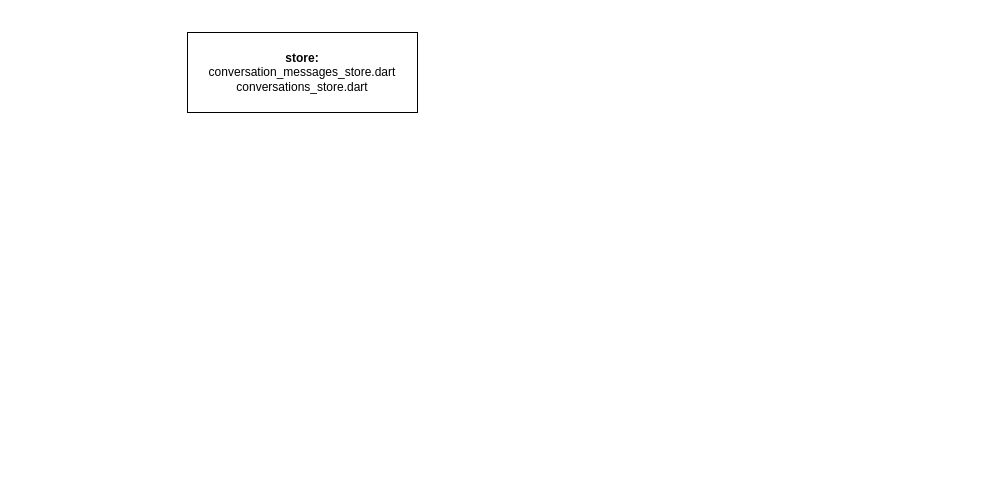
Earlier version of the draw.io diagram Untitled Diagram.drawio (Steve720zhang/blog). Source tidied: cells renumbered, new cells numbered last; positions are measured from the earlier drawing's top-left corner, leaving out a move shared by most shapes. Both pictures are drawn from the tidied source at 100%, with x=0, y=0 at pixel (187, 32).
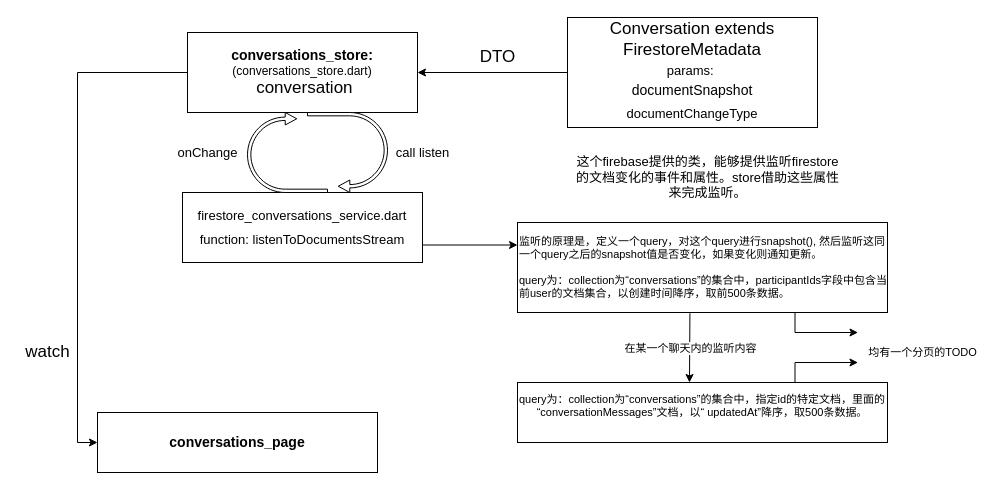
After the change.

Diff of the diagram source:
```diff
@@
-    <mxCell id="2" value="&lt;b&gt;store:&lt;/b&gt;&lt;br&gt;conversation_messages_store.dart&lt;br&gt;conversations_store.dart" style="rounded=0;whiteSpace=wrap;html=1;" parent="1" vertex="1">
+    <mxCell id="2" value="&lt;b&gt;&lt;font style=&quot;font-size: 14px;&quot;&gt;conversations_store:&lt;/font&gt;&lt;/b&gt;&lt;br&gt;(conversations_store.dart)&lt;br&gt;&lt;span style=&quot;font-size: 17px;&quot;&gt;&amp;nbsp;c&lt;/span&gt;&lt;span style=&quot;font-size: 17px;&quot;&gt;onversation&lt;/span&gt;" style="rounded=0;whiteSpace=wrap;html=1;" parent="1" vertex="1">
       <mxGeometry width="230" height="80" as="geometry" />
     </mxCell>
+    <mxCell id="3" value="&lt;b&gt;&lt;font style=&quot;font-size: 14px;&quot;&gt;conversations_page&lt;br&gt;&lt;/font&gt;&lt;/b&gt;" style="rounded=0;whiteSpace=wrap;html=1;" parent="1" vertex="1">
+      <mxGeometry x="-90" y="380" width="280" height="60" as="geometry" />
+    </mxCell>
+    <mxCell id="4" style="endArrow=classic;html=1;rounded=0;fontSize=14;exitX=0;exitY=0.5;exitDx=0;exitDy=0;entryX=0;entryY=0.5;entryDx=0;entryDy=0;" parent="1" edge="1" source="2" target="3">
+      <mxGeometry relative="1" as="geometry">
+        <Array as="points">
+          <mxPoint x="-110" y="40" />
+          <mxPoint x="-110" y="410" />
+        </Array>
+      </mxGeometry>
+    </mxCell>
+    <mxCell id="5" value="&lt;font style=&quot;font-size: 17px;&quot;&gt;watch&lt;/font&gt;" style="text;html=1;align=center;verticalAlign=middle;strokeColor=none;fillColor=none;fontSize=14;" parent="1" vertex="1">
+      <mxGeometry x="-170" y="310" width="60" height="20" as="geometry" />
+    </mxCell>
+    <mxCell id="6" style="edgeStyle=orthogonalEdgeStyle;rounded=0;jettySize=auto;html=1;exitX=0;exitY=0.5;exitDx=0;exitDy=0;entryX=1;entryY=0.5;entryDx=0;entryDy=0;fontSize=17;" parent="1" edge="1" source="7" target="2">
+      <mxGeometry relative="1" as="geometry" />
+    </mxCell>
+    <mxCell id="7" value="Conversation extends FirestoreMetadata&lt;br&gt;&lt;div style=&quot;&quot;&gt;&lt;span style=&quot;font-size: 13px; background-color: initial;&quot;&gt;params:&amp;nbsp;&lt;/span&gt;&lt;/div&gt;&lt;font&gt;&lt;div style=&quot;&quot;&gt;&lt;span style=&quot;font-size: 14px; background-color: initial;&quot;&gt;documentSnapshot&lt;/span&gt;&lt;/div&gt;&lt;/font&gt;&lt;div style=&quot;line-height: 24px;&quot;&gt;&lt;font style=&quot;font-size: 13px;&quot;&gt;documentChangeType&lt;/font&gt;&lt;/div&gt;" style="rounded=0;whiteSpace=wrap;html=1;fontSize=17;align=center;" parent="1" vertex="1">
+      <mxGeometry x="380" y="-15" width="250" height="110" as="geometry" />
+    </mxCell>
+    <mxCell id="8" value="&lt;span style=&quot;&quot;&gt;DTO&lt;/span&gt;" style="text;html=1;align=center;verticalAlign=middle;strokeColor=none;fillColor=none;fontSize=17;" parent="1" vertex="1">
+      <mxGeometry x="285" y="10" width="50" height="30" as="geometry" />
+    </mxCell>
+    <mxCell id="9" value="这个firebase提供的类，能够提供监听firestore&lt;br&gt;的文档变化的事件和属性。store借助这些属性&lt;br&gt;来完成监听。" style="text;html=1;align=center;verticalAlign=middle;strokeColor=none;fillColor=none;fontSize=13;" parent="1" vertex="1">
+      <mxGeometry x="380" y="120" width="280" height="50" as="geometry" />
+    </mxCell>
+    <mxCell id="10" style="edgeStyle=orthogonalEdgeStyle;rounded=0;jettySize=auto;html=1;exitX=1;exitY=0.75;exitDx=0;exitDy=0;fontSize=11;" parent="1" edge="1" source="11">
+      <mxGeometry relative="1" as="geometry">
+        <mxPoint x="330" y="212.5" as="targetPoint" />
+      </mxGeometry>
+    </mxCell>
+    <mxCell id="11" value="&lt;div style=&quot;line-height: 24px;&quot;&gt;firestore_conversations_service.dart&lt;/div&gt;&lt;div style=&quot;line-height: 24px;&quot;&gt;&lt;div style=&quot;line-height: 24px;&quot;&gt;function: listenToDocumentsStream&lt;/div&gt;&lt;/div&gt;" style="rounded=0;whiteSpace=wrap;html=1;fontSize=13;" parent="1" vertex="1">
+      <mxGeometry x="-5" y="160" width="240" height="70" as="geometry" />
+    </mxCell>
+    <mxCell id="12" value="&lt;div style=&quot;line-height: 24px;&quot;&gt;call listen&lt;/div&gt;" style="text;html=1;align=center;verticalAlign=middle;strokeColor=none;fillColor=none;fontSize=13;" parent="1" vertex="1">
+      <mxGeometry x="200" y="105" width="70" height="30" as="geometry" />
+    </mxCell>
+    <mxCell id="13" style="html=1;shadow=0;dashed=0;align=center;verticalAlign=middle;shape=mxgraph.arrows2.uTurnArrow;dy=1.67;arrowHead=12.5;dx2=11.54;fontSize=13;" parent="1" vertex="1">
+      <mxGeometry x="60" y="80" width="80" height="80" as="geometry" />
+    </mxCell>
+    <mxCell id="14" style="html=1;shadow=0;dashed=0;align=center;verticalAlign=middle;shape=mxgraph.arrows2.uTurnArrow;dy=1.67;arrowHead=12.5;dx2=11.54;fontSize=13;rotation=-180;" parent="1" vertex="1">
+      <mxGeometry x="120" y="80" width="80" height="80" as="geometry" />
+    </mxCell>
+    <mxCell id="15" value="onChange" style="text;html=1;align=center;verticalAlign=middle;strokeColor=none;fillColor=none;fontSize=13;" parent="1" vertex="1">
+      <mxGeometry x="-20" y="110" width="80" height="20" as="geometry" />
+    </mxCell>
+    <mxCell id="16" style="edgeStyle=orthogonalEdgeStyle;rounded=0;jettySize=auto;html=1;exitX=0.75;exitY=1;exitDx=0;exitDy=0;fontSize=11;" parent="1" edge="1" source="17">
+      <mxGeometry relative="1" as="geometry">
+        <mxPoint x="670" y="300" as="targetPoint" />
+      </mxGeometry>
+    </mxCell>
+    <mxCell id="17" value="监听的原理是，定义一个query，对这个query进行snapshot(), 然后监听这同一个query之后的snapshot值是否变化，如果变化则通知更新。&lt;br&gt;&lt;br&gt;query为：collection为“conversations”的集合中，&lt;span style=&quot;&quot;&gt;participantIds字段中包含当前user的文档集合，以创建时间降序，取前500条数据。&lt;/span&gt;" style="whiteSpace=wrap;html=1;fontSize=11;align=left;" parent="1" vertex="1">
+      <mxGeometry x="330" y="190" width="370" height="90" as="geometry" />
+    </mxCell>
+    <mxCell id="18" style="endArrow=classic;html=1;rounded=0;fontSize=11;exitX=0.466;exitY=1.009;exitDx=0;exitDy=0;exitPerimeter=0;" parent="1" edge="1" source="17">
+      <mxGeometry relative="1" as="geometry">
+        <mxPoint x="502" y="350" as="targetPoint" />
+      </mxGeometry>
+    </mxCell>
+    <mxCell id="19" value="在某一个聊天内的监听内容" style="edgeLabel;html=1;align=center;verticalAlign=middle;fontSize=11;" parent="18" vertex="1">
+      <mxGeometry relative="1" as="geometry" />
+    </mxCell>
+    <mxCell id="20" style="edgeStyle=orthogonalEdgeStyle;rounded=0;jettySize=auto;html=1;exitX=0.75;exitY=0;exitDx=0;exitDy=0;fontSize=11;" parent="1" edge="1" source="21">
+      <mxGeometry relative="1" as="geometry">
+        <mxPoint x="670" y="330" as="targetPoint" />
+      </mxGeometry>
+    </mxCell>
+    <mxCell id="21" value="&lt;span style=&quot;text-align: left;&quot;&gt;query为：collection为“conversations”的集合中，&lt;/span&gt;&lt;span style=&quot;text-align: left;&quot;&gt;指定id的特定文档，里面的“&lt;/span&gt;&lt;span style=&quot;text-align: start;&quot;&gt;conversationMessages”文档，以“&lt;/span&gt;&lt;span style=&quot;text-align: start;&quot;&gt;&amp;nbsp;updatedAt&lt;/span&gt;&lt;span style=&quot;text-align: start;&quot;&gt;”降序，取500条数据。&lt;/span&gt;&lt;span style=&quot;text-align: left;&quot;&gt;&lt;br&gt;&lt;br&gt;&lt;/span&gt;" style="whiteSpace=wrap;html=1;fontSize=11;" parent="1" vertex="1">
+      <mxGeometry x="330" y="350" width="370" height="60" as="geometry" />
+    </mxCell>
+    <mxCell id="22" value="均有一个分页的TODO" style="text;html=1;align=center;verticalAlign=middle;strokeColor=none;fillColor=none;fontSize=11;" parent="1" vertex="1">
+      <mxGeometry x="670" y="310" width="130" height="20" as="geometry" />
+    </mxCell>
```
